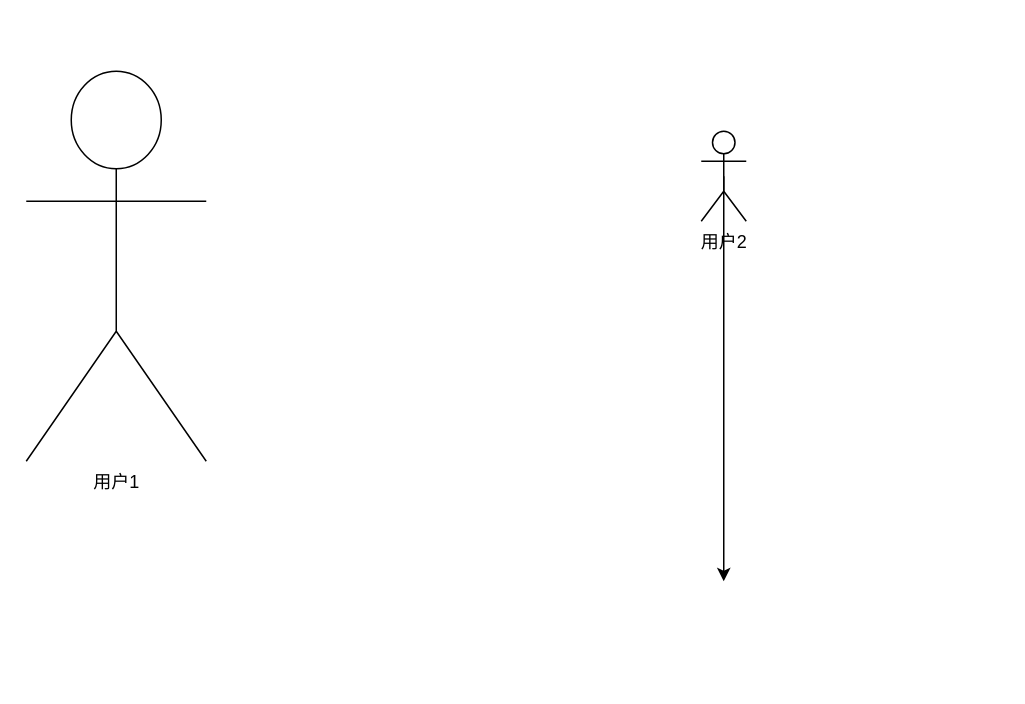
Above: 用例图.drawio in Beaulol/drawUseCase (draw.io), before the change. Source tidied: cells renumbered, new cells numbered last; positions are measured from the earlier drawing's top-left corner, leaving out a move shared by most shapes. Both pictures are drawn from the tidied source at 150%, with x=0, y=0 at pixel (26, 70).
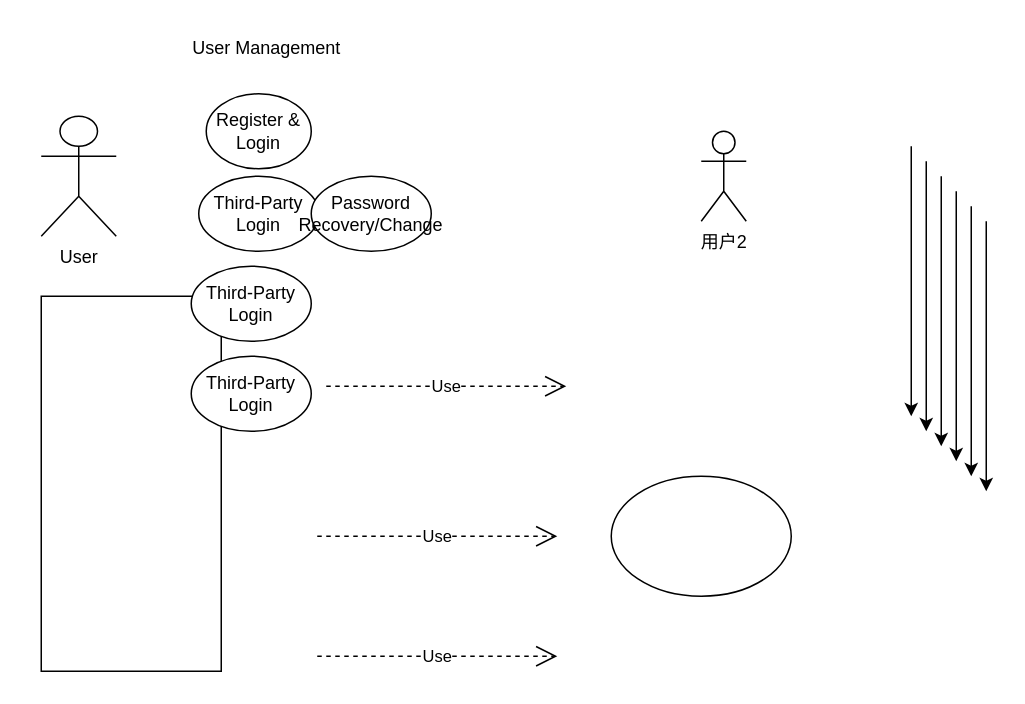
The same diagram, later.

Commit message (it also covers changes not shown here):
更新用例图.drawio

Unchanged cells that the change refers to:
```xml
<mxCell id="4" value="用户2" style="shape=umlActor;html=1;verticalLabelPosition=bottom;verticalAlign=top;align=center;" parent="1" vertex="1">
  <mxGeometry x="450" y="40" width="30" height="60" as="geometry" />
</mxCell>
```

What changed in the source:
```diff
@@
-    <mxCell id="2" value="用户1" style="shape=umlActor;html=1;verticalLabelPosition=bottom;verticalAlign=top;align=center;" parent="1" vertex="1">
-      <mxGeometry width="120" height="260" as="geometry" />
+    <mxCell id="2" value="User&lt;div&gt;&lt;br&gt;&lt;/div&gt;" style="shape=umlActor;html=1;verticalLabelPosition=bottom;verticalAlign=top;align=center;" parent="1" vertex="1">
+      <mxGeometry x="10" y="30" width="50" height="80" as="geometry" />
     </mxCell>
-    <mxCell id="3" style="edgeStyle=orthogonalEdgeStyle;rounded=0;jettySize=auto;html=1;exitX=0.5;exitY=0.5;exitDx=0;exitDy=0;exitPerimeter=0;" parent="1" edge="1" source="4">
-      <mxGeometry relative="1" as="geometry">
-        <mxPoint x="465" y="340" as="targetPoint" />
-      </mxGeometry>
-    </mxCell>
@@
+    <mxCell id="5" value="Use" style="endArrow=open;endSize=12;dashed=1;html=1;rounded=0;" parent="1" edge="1">
+      <mxGeometry relative="1" as="geometry">
+        <mxPoint x="194" y="310" as="sourcePoint" />
+        <mxPoint x="354" y="310" as="targetPoint" />
+      </mxGeometry>
+    </mxCell>
+    <mxCell id="6" value="Use" style="endArrow=open;endSize=12;dashed=1;html=1;rounded=0;" parent="1" edge="1">
+      <mxGeometry relative="1" as="geometry">
+        <mxPoint x="194" y="390" as="sourcePoint" />
+        <mxPoint x="354" y="390" as="targetPoint" />
+      </mxGeometry>
+    </mxCell>
+    <mxCell id="7" value="Use" style="endArrow=open;endSize=12;dashed=1;html=1;rounded=0;" parent="1" edge="1">
+      <mxGeometry relative="1" as="geometry">
+        <mxPoint x="200" y="210" as="sourcePoint" />
+        <mxPoint x="360" y="210" as="targetPoint" />
+      </mxGeometry>
+    </mxCell>
+    <mxCell id="8" style="ellipse;whiteSpace=wrap;html=1;" parent="1" vertex="1">
+      <mxGeometry x="390" y="270" width="120" height="80" as="geometry" />
+    </mxCell>
+    <mxCell id="9" value="Register &amp;amp; Login" style="ellipse;whiteSpace=wrap;html=1;" parent="1" vertex="1">
+      <mxGeometry x="120" y="15" width="70" height="50" as="geometry" />
+    </mxCell>
+    <mxCell id="10" style="edgeStyle=orthogonalEdgeStyle;rounded=0;orthogonalLoop=1;jettySize=auto;html=1;exitX=0.5;exitY=0.5;exitDx=0;exitDy=0;exitPerimeter=0;" parent="1" edge="1">
+      <mxGeometry relative="1" as="geometry">
+        <mxPoint x="590" y="50" as="sourcePoint" />
+        <mxPoint x="590" y="230" as="targetPoint" />
+      </mxGeometry>
+    </mxCell>
+    <mxCell id="11" style="edgeStyle=orthogonalEdgeStyle;rounded=0;orthogonalLoop=1;jettySize=auto;html=1;exitX=0.5;exitY=0.5;exitDx=0;exitDy=0;exitPerimeter=0;" parent="1" edge="1">
+      <mxGeometry relative="1" as="geometry">
+        <mxPoint x="600" y="60" as="sourcePoint" />
+        <mxPoint x="600" y="240" as="targetPoint" />
+      </mxGeometry>
+    </mxCell>
+    <mxCell id="12" style="edgeStyle=orthogonalEdgeStyle;rounded=0;orthogonalLoop=1;jettySize=auto;html=1;exitX=0.5;exitY=0.5;exitDx=0;exitDy=0;exitPerimeter=0;" parent="1" edge="1">
+      <mxGeometry relative="1" as="geometry">
+        <mxPoint x="610" y="70" as="sourcePoint" />
+        <mxPoint x="610" y="250" as="targetPoint" />
+      </mxGeometry>
+    </mxCell>
+    <mxCell id="13" style="edgeStyle=orthogonalEdgeStyle;rounded=0;orthogonalLoop=1;jettySize=auto;html=1;exitX=0.5;exitY=0.5;exitDx=0;exitDy=0;exitPerimeter=0;" parent="1" edge="1">
+      <mxGeometry relative="1" as="geometry">
+        <mxPoint x="620" y="80" as="sourcePoint" />
+        <mxPoint x="620" y="260" as="targetPoint" />
+      </mxGeometry>
+    </mxCell>
+    <mxCell id="14" style="edgeStyle=orthogonalEdgeStyle;rounded=0;orthogonalLoop=1;jettySize=auto;html=1;exitX=0.5;exitY=0.5;exitDx=0;exitDy=0;exitPerimeter=0;" parent="1" edge="1">
+      <mxGeometry relative="1" as="geometry">
+        <mxPoint x="630" y="90" as="sourcePoint" />
+        <mxPoint x="630" y="270" as="targetPoint" />
+      </mxGeometry>
+    </mxCell>
+    <mxCell id="15" style="edgeStyle=orthogonalEdgeStyle;rounded=0;orthogonalLoop=1;jettySize=auto;html=1;exitX=0.5;exitY=0.5;exitDx=0;exitDy=0;exitPerimeter=0;" parent="1" edge="1">
+      <mxGeometry relative="1" as="geometry">
+        <mxPoint x="640" y="100" as="sourcePoint" />
+        <mxPoint x="640" y="280" as="targetPoint" />
+      </mxGeometry>
+    </mxCell>
+    <mxCell id="16" value="Third-Party Login" style="ellipse;whiteSpace=wrap;html=1;" parent="1" vertex="1">
+      <mxGeometry x="115" y="70" width="80" height="50" as="geometry" />
+    </mxCell>
+    <mxCell id="17" style="verticalLabelPosition=bottom;verticalAlign=top;html=1;shape=mxgraph.basic.rect;fillColor2=none;strokeWidth=1;size=20;indent=5;fillColor=none;" parent="1" vertex="1">
+      <mxGeometry x="10" y="150" width="120" height="250" as="geometry" />
+    </mxCell>
+    <mxCell id="18" value="User Management" style="text;html=1;align=center;verticalAlign=middle;strokeColor=none;fillColor=none;" parent="1" vertex="1">
+      <mxGeometry x="100" y="-30" width="120" height="30" as="geometry" />
+    </mxCell>
+    <mxCell id="19" value="Third-Party Login" style="ellipse;whiteSpace=wrap;html=1;" parent="1" vertex="1">
+      <mxGeometry x="110" y="130" width="80" height="50" as="geometry" />
+    </mxCell>
+    <mxCell id="20" value="Password Recovery/Change" style="ellipse;whiteSpace=wrap;html=1;" parent="1" vertex="1">
+      <mxGeometry x="190" y="70" width="80" height="50" as="geometry" />
+    </mxCell>
+    <mxCell id="21" value="Third-Party Login" style="ellipse;whiteSpace=wrap;html=1;" parent="1" vertex="1">
+      <mxGeometry x="110" y="190" width="80" height="50" as="geometry" />
+    </mxCell>
```
